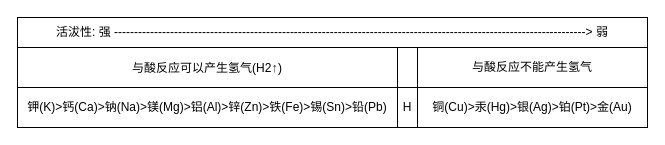
Before: 化学元素.drawio in fengsh998/pics, a draw.io diagram. Source tidied: cells renumbered, new cells numbered last; positions are measured from the earlier drawing's top-left corner, leaving out a move shared by most shapes. Both pictures are drawn from the tidied source at 100%, with x=0, y=0 at pixel (17, 17).
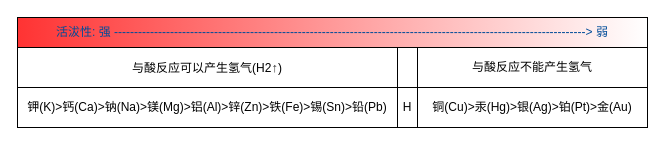
Above is the later version.

Commit message (it also covers changes not shown here):
更新化学元素.drawio

The edit, as a diff of the source:
```diff
@@
 <mxGraphModel>
   <root>
     <mxCell id="0" />
     <mxCell id="1" parent="0" />
     <mxCell id="2" value="钾(K)&amp;gt;钙(Ca)&amp;gt;钠(Na)&amp;gt;镁(Mg)&amp;gt;铝(Al)&amp;gt;锌(Zn)&amp;gt;铁(Fe)&amp;gt;锡(Sn)&amp;gt;铅(Pb)" style="rounded=0;whiteSpace=wrap;html=1;" parent="1" vertex="1">
       <mxGeometry y="70" width="380" height="40" as="geometry" />
     </mxCell>
     <mxCell id="3" value="H" style="rounded=0;whiteSpace=wrap;html=1;" parent="1" vertex="1">
       <mxGeometry x="380" y="70" width="20" height="40" as="geometry" />
     </mxCell>
     <mxCell id="4" value="铜(Cu)&amp;gt;汞(Hg)&amp;gt;银(Ag)&amp;gt;铂(Pt)&amp;gt;金(Au)" style="rounded=0;whiteSpace=wrap;html=1;" parent="1" vertex="1">
       <mxGeometry x="400" y="70" width="230" height="40" as="geometry" />
     </mxCell>
     <mxCell id="5" value="与酸反应可以产生氢气(H2&lt;span style=&quot;text-align: start; caret-color: rgb(51, 51, 51); color: rgb(51, 51, 51); font-family: Arial, sans-serif; font-size: 13px; background-color: rgb(255, 255, 255);&quot;&gt;↑&lt;/span&gt;)" style="rounded=0;whiteSpace=wrap;html=1;" parent="1" vertex="1">
       <mxGeometry y="30" width="380" height="40" as="geometry" />
     </mxCell>
     <mxCell id="6" value="与酸反应不能产生氢气" style="rounded=0;whiteSpace=wrap;html=1;" parent="1" vertex="1">
       <mxGeometry x="400" y="30" width="230" height="40" as="geometry" />
     </mxCell>
-    <mxCell id="7" value="活沷性: 强 ----------------------------------------------------------------------------------------------------------------------&amp;gt; 弱" style="rounded=0;whiteSpace=wrap;html=1;" parent="1" vertex="1">
+    <mxCell id="7" value="活沷性: 强 ----------------------------------------------------------------------------------------------------------------------&amp;gt; 弱" style="rounded=0;whiteSpace=wrap;html=1;gradientColor=#FF3333;gradientDirection=west;fontColor=#004C99;" parent="1" vertex="1">
       <mxGeometry width="630" height="30" as="geometry" />
     </mxCell>
   </root>
 </mxGraphModel>
```
